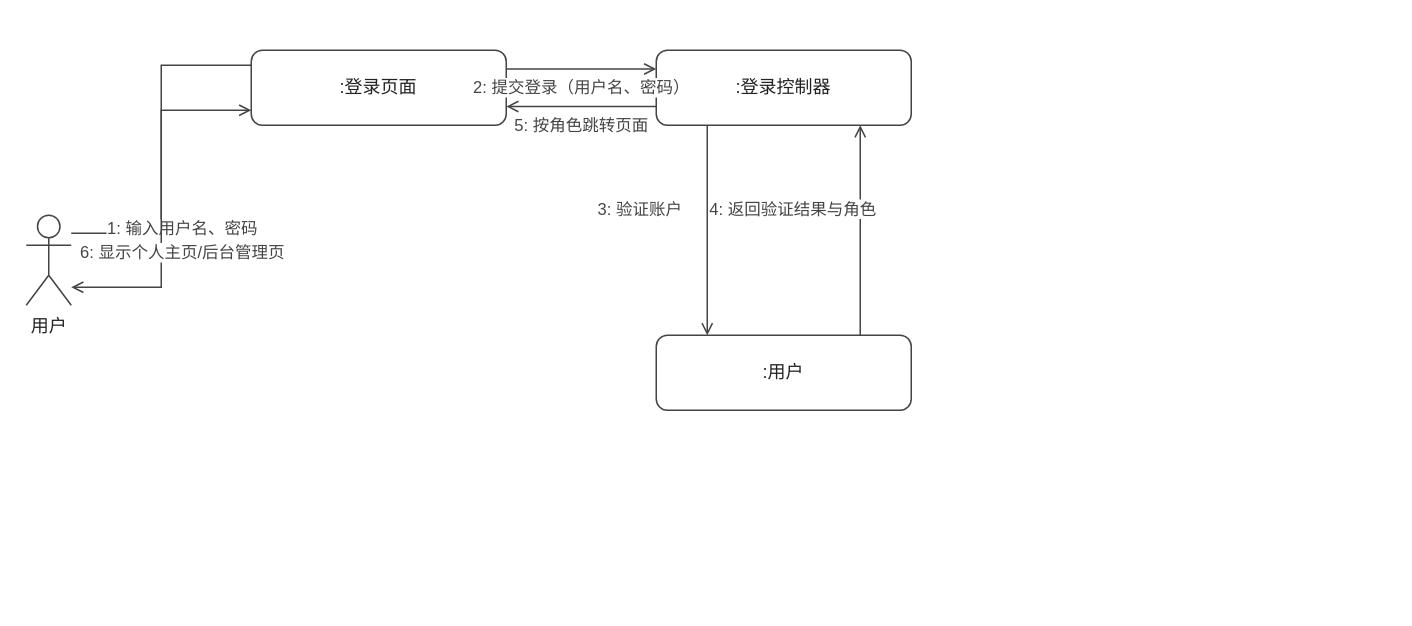
The draw.io diagram docs/交付/1-账户管理-成员B/images/用户登录_协作图.drawio in chennuo1101/electronic-photo-album-system1, before the edit. Source tidied: cells renumbered, new cells numbered last; positions are measured from the earlier drawing's top-left corner, leaving out a move shared by most shapes. Both pictures are drawn from the tidied source at 150%, with x=0, y=0 at pixel (26, 50).
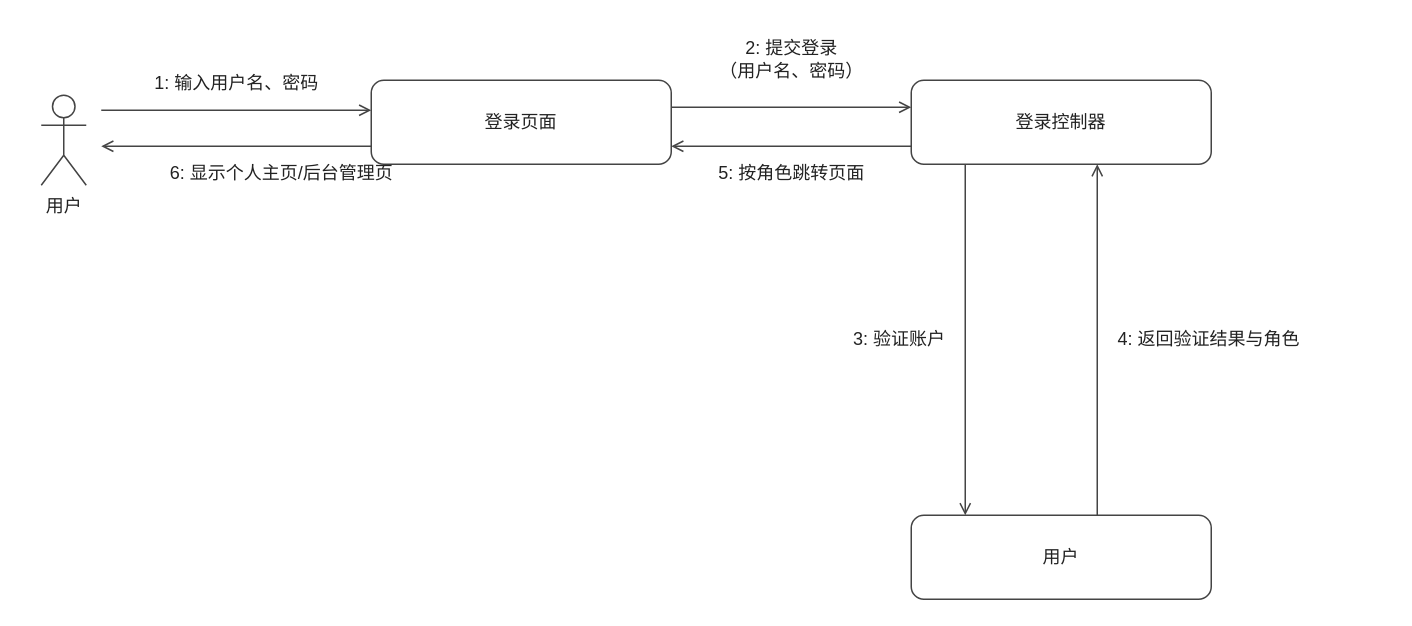
The same diagram, later.

What changed in the source:
```diff
@@
     <mxCell id="2" value="用户" style="shape=umlActor;verticalLabelPosition=bottom;verticalAlign=top;html=1;fillColor=#FFFFFF;strokeColor=#444444;fontFamily=Microsoft YaHei;fontSize=12;fontColor=#222222;" parent="1" vertex="1">
-      <mxGeometry y="110" width="30" height="60" as="geometry" />
+      <mxGeometry x="10" y="30" width="30" height="60" as="geometry" />
     </mxCell>
-    <mxCell id="3" value=":登录页面" style="rounded=1;whiteSpace=wrap;html=1;fillColor=#FFFFFF;strokeColor=#444444;fontFamily=Microsoft YaHei;fontSize=12;fontColor=#222222;" parent="1" vertex="1">
-      <mxGeometry x="150" width="170" height="50" as="geometry" />
+    <mxCell id="3" value="登录页面" style="rounded=1;whiteSpace=wrap;html=1;fillColor=#FFFFFF;strokeColor=#444444;fontFamily=Microsoft YaHei;fontSize=12;fontColor=#222222;" parent="1" vertex="1">
+      <mxGeometry x="230" y="20" width="200" height="56" as="geometry" />
     </mxCell>
-    <mxCell id="4" value=":登录控制器" style="rounded=1;whiteSpace=wrap;html=1;fillColor=#FFFFFF;strokeColor=#444444;fontFamily=Microsoft YaHei;fontSize=12;fontColor=#222222;" parent="1" vertex="1">
-      <mxGeometry x="420" width="170" height="50" as="geometry" />
+    <mxCell id="4" value="登录控制器" style="rounded=1;whiteSpace=wrap;html=1;fillColor=#FFFFFF;strokeColor=#444444;fontFamily=Microsoft YaHei;fontSize=12;fontColor=#222222;" parent="1" vertex="1">
+      <mxGeometry x="590" y="20" width="200" height="56" as="geometry" />
     </mxCell>
-    <mxCell id="5" value=":用户" style="rounded=1;whiteSpace=wrap;html=1;fillColor=#FFFFFF;strokeColor=#444444;fontFamily=Microsoft YaHei;fontSize=12;fontColor=#222222;" parent="1" vertex="1">
-      <mxGeometry x="420" y="190" width="170" height="50" as="geometry" />
+    <mxCell id="5" value="用户" style="rounded=1;whiteSpace=wrap;html=1;fillColor=#FFFFFF;strokeColor=#444444;fontFamily=Microsoft YaHei;fontSize=12;fontColor=#222222;" parent="1" vertex="1">
+      <mxGeometry x="590" y="310" width="200" height="56" as="geometry" />
     </mxCell>
-    <mxCell id="6" value="1: 输入用户名、密码" style="edgeStyle=orthogonalEdgeStyle;rounded=0;html=1;strokeColor=#444444;strokeWidth=1;fontFamily=Microsoft YaHei;fontSize=11;fontColor=#444444;labelBackgroundColor=#FFFFFF;startArrow=none;endArrow=open;exitX=1;exitY=0.2;entryX=0;entryY=0.8;" parent="1" edge="1" source="2" target="3">
-      <mxGeometry x="-0.38" y="-14" relative="1" as="geometry" />
+    <mxCell id="6" style="html=1;rounded=0;strokeColor=#444444;strokeWidth=1;startArrow=none;endArrow=open;endFill=0;" parent="1" edge="1">
+      <mxGeometry relative="1" as="geometry">
+        <mxPoint x="50" y="40" as="sourcePoint" />
+        <mxPoint x="230" y="40" as="targetPoint" />
+      </mxGeometry>
     </mxCell>
+    <mxCell id="12" value="1: 输入用户名、密码" style="text;html=1;align=center;verticalAlign=middle;fillColor=none;strokeColor=none;fontFamily=Microsoft YaHei;fontSize=12;fontColor=#222222;" parent="1" vertex="1">
+      <mxGeometry x="50" y="12" width="180" height="20" as="geometry" />
+    </mxCell>
+    <mxCell id="11" style="html=1;rounded=0;strokeColor=#444444;strokeWidth=1;startArrow=none;endArrow=open;endFill=0;" parent="1" edge="1">
+      <mxGeometry relative="1" as="geometry">
+        <mxPoint x="230" y="64" as="sourcePoint" />
+        <mxPoint x="50" y="64" as="targetPoint" />
+      </mxGeometry>
+    </mxCell>
+    <mxCell id="13" value="6: 显示个人主页/后台管理页" style="text;html=1;align=center;verticalAlign=middle;fillColor=none;strokeColor=none;fontFamily=Microsoft YaHei;fontSize=12;fontColor=#222222;" parent="1" vertex="1">
+      <mxGeometry x="60" y="72" width="220" height="20" as="geometry" />
+    </mxCell>
-    <mxCell id="7" value="2: 提交登录（用户名、密码）" style="edgeStyle=orthogonalEdgeStyle;rounded=0;html=1;strokeColor=#444444;strokeWidth=1;fontFamily=Microsoft YaHei;fontSize=11;fontColor=#444444;labelBackgroundColor=#FFFFFF;startArrow=none;endArrow=open;exitX=1;exitY=0.25;entryX=0;entryY=0.25;" parent="1" edge="1" source="3" target="4">
-      <mxGeometry y="-12" relative="1" as="geometry" />
+    <mxCell id="7" style="html=1;rounded=0;strokeColor=#444444;strokeWidth=1;startArrow=none;endArrow=open;endFill=0;" parent="1" edge="1">
+      <mxGeometry relative="1" as="geometry">
+        <mxPoint x="430" y="38" as="sourcePoint" />
+        <mxPoint x="590" y="38" as="targetPoint" />
+      </mxGeometry>
     </mxCell>
+    <mxCell id="14" value="2: 提交登录&#10;（用户名、密码）" style="text;html=1;align=center;verticalAlign=middle;fillColor=none;strokeColor=none;fontFamily=Microsoft YaHei;fontSize=12;fontColor=#222222;" parent="1" vertex="1">
+      <mxGeometry x="442" y="-16" width="136" height="44" as="geometry" />
+    </mxCell>
+    <mxCell id="10" style="html=1;rounded=0;strokeColor=#444444;strokeWidth=1;startArrow=none;endArrow=open;endFill=0;" parent="1" edge="1">
+      <mxGeometry relative="1" as="geometry">
+        <mxPoint x="590" y="64" as="sourcePoint" />
+        <mxPoint x="430" y="64" as="targetPoint" />
+      </mxGeometry>
+    </mxCell>
+    <mxCell id="15" value="5: 按角色跳转页面" style="text;html=1;align=center;verticalAlign=middle;fillColor=none;strokeColor=none;fontFamily=Microsoft YaHei;fontSize=12;fontColor=#222222;" parent="1" vertex="1">
+      <mxGeometry x="442" y="72" width="136" height="20" as="geometry" />
+    </mxCell>
-    <mxCell id="8" value="3: 验证账户" style="edgeStyle=orthogonalEdgeStyle;rounded=0;html=1;strokeColor=#444444;strokeWidth=1;fontFamily=Microsoft YaHei;fontSize=11;fontColor=#444444;labelBackgroundColor=#FFFFFF;startArrow=none;endArrow=open;exitX=0.2;exitY=1;entryX=0.2;entryY=0;" parent="1" edge="1" source="4" target="5">
-      <mxGeometry x="-0.2" y="-45" relative="1" as="geometry" />
+    <mxCell id="8" style="html=1;rounded=0;strokeColor=#444444;strokeWidth=1;startArrow=none;endArrow=open;endFill=0;" parent="1" edge="1">
+      <mxGeometry relative="1" as="geometry">
+        <mxPoint x="626" y="76" as="sourcePoint" />
+        <mxPoint x="626" y="310" as="targetPoint" />
+      </mxGeometry>
     </mxCell>
+    <mxCell id="16" value="3: 验证账户" style="text;html=1;align=right;verticalAlign=middle;fillColor=none;strokeColor=none;fontFamily=Microsoft YaHei;fontSize=12;fontColor=#222222;" parent="1" vertex="1">
+      <mxGeometry x="510" y="183" width="104" height="20" as="geometry" />
+    </mxCell>
-    <mxCell id="9" value="4: 返回验证结果与角色" style="edgeStyle=orthogonalEdgeStyle;rounded=0;html=1;strokeColor=#444444;strokeWidth=1;fontFamily=Microsoft YaHei;fontSize=11;fontColor=#444444;labelBackgroundColor=#FFFFFF;startArrow=none;endArrow=open;exitX=0.8;exitY=0;entryX=0.8;entryY=1;" parent="1" edge="1" source="5" target="4">
-      <mxGeometry x="0.2" y="45" relative="1" as="geometry" />
+    <mxCell id="9" style="html=1;rounded=0;strokeColor=#444444;strokeWidth=1;startArrow=none;endArrow=open;endFill=0;" parent="1" edge="1">
+      <mxGeometry relative="1" as="geometry">
+        <mxPoint x="714" y="310" as="sourcePoint" />
+        <mxPoint x="714" y="76" as="targetPoint" />
+      </mxGeometry>
     </mxCell>
-    <mxCell id="10" value="5: 按角色跳转页面" style="edgeStyle=orthogonalEdgeStyle;rounded=0;html=1;strokeColor=#444444;strokeWidth=1;fontFamily=Microsoft YaHei;fontSize=11;fontColor=#444444;labelBackgroundColor=#FFFFFF;startArrow=none;endArrow=open;exitX=0;exitY=0.75;entryX=1;entryY=0.75;" parent="1" edge="1" source="4" target="3">
-      <mxGeometry y="12" relative="1" as="geometry" />
-    </mxCell>
-    <mxCell id="11" value="6: 显示个人主页/后台管理页" style="edgeStyle=orthogonalEdgeStyle;rounded=0;html=1;strokeColor=#444444;strokeWidth=1;fontFamily=Microsoft YaHei;fontSize=11;fontColor=#444444;labelBackgroundColor=#FFFFFF;startArrow=none;endArrow=open;exitX=0;exitY=0.2;entryX=1;entryY=0.8;" parent="1" edge="1" source="3" target="2">
-      <mxGeometry x="0.38" y="14" relative="1" as="geometry" />
-    </mxCell>
+    <mxCell id="17" value="4: 返回验证结果与角色" style="text;html=1;align=left;verticalAlign=middle;fillColor=none;strokeColor=none;fontFamily=Microsoft YaHei;fontSize=12;fontColor=#222222;" parent="1" vertex="1">
+      <mxGeometry x="726" y="183" width="180" height="20" as="geometry" />
+    </mxCell>
```
